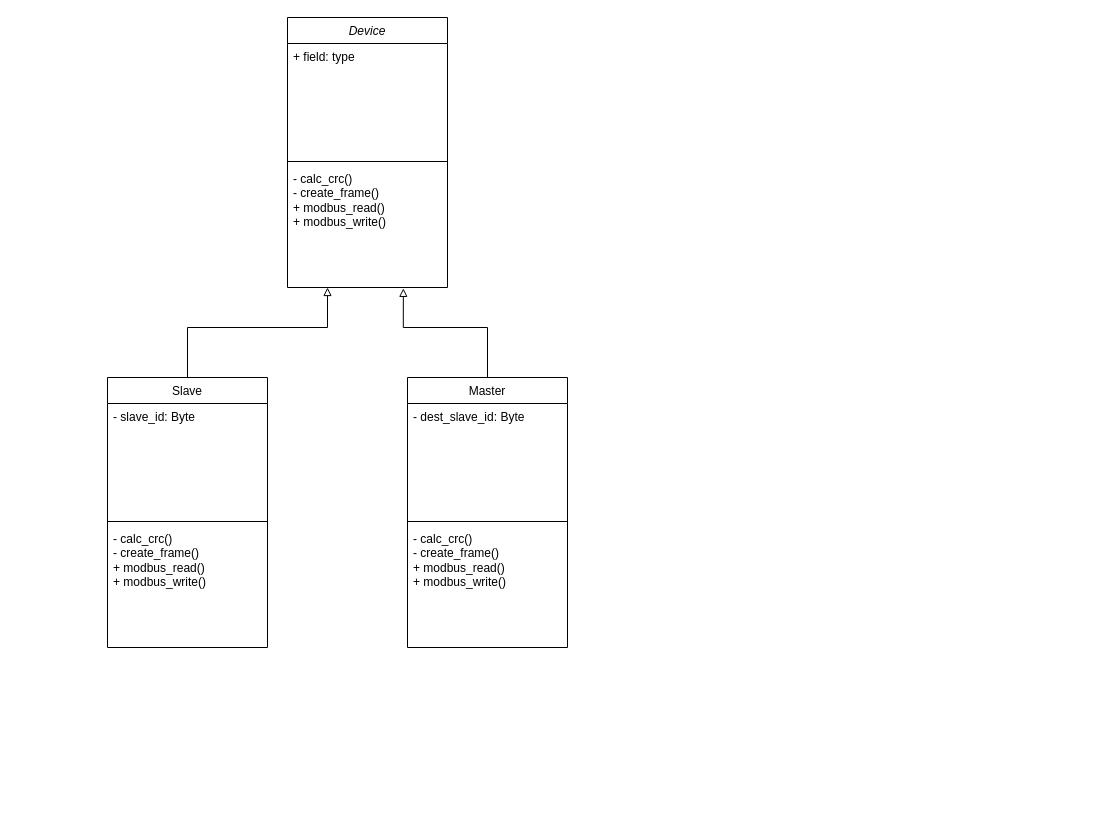
This is modbus_classdiagram.drawio from F-L-X-S/BusBricks, a draw.io file, before an edit. Source tidied: cells renumbered, new cells numbered last; positions are measured from the earlier drawing's top-left corner, leaving out a move shared by most shapes. Both pictures are drawn from the tidied source at 100%, with x=0, y=0 at pixel (107, 17).
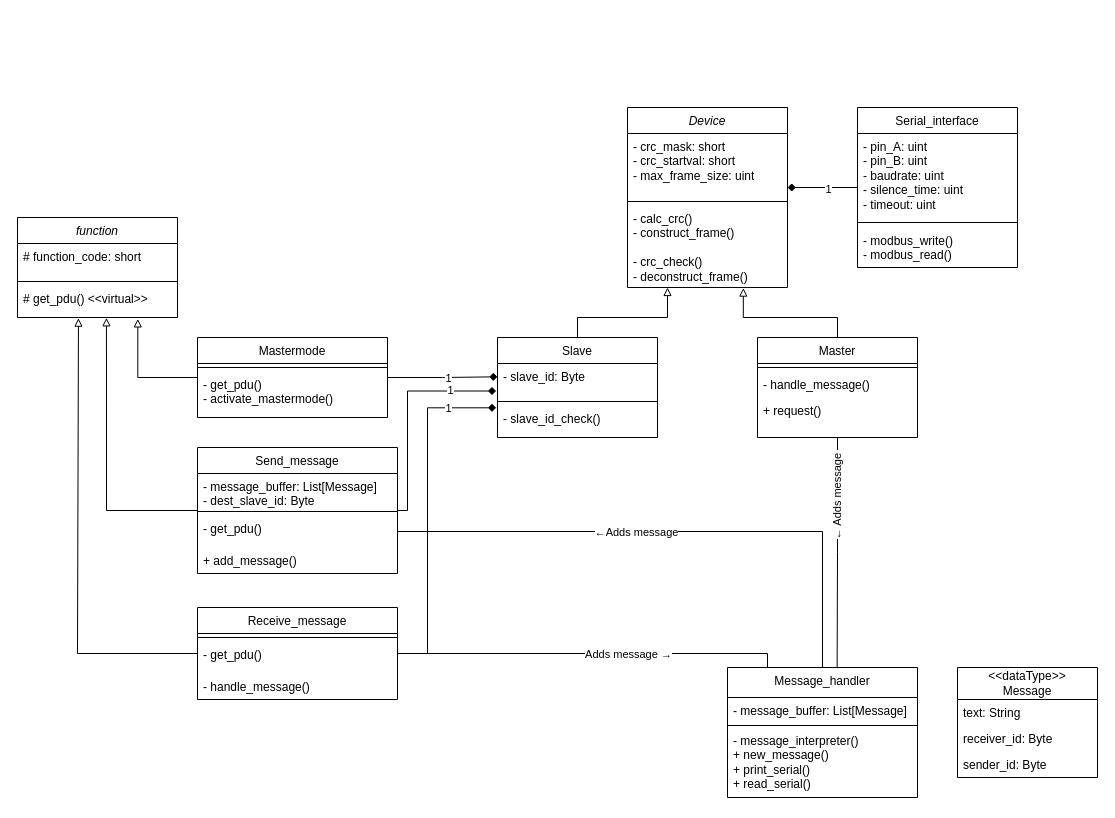
Above is the later version.

Change to the diagram source:
```diff
@@
-    <mxCell id="2" value="&lt;i style=&quot;font-weight: normal;&quot;&gt;Device&lt;/i&gt;" style="swimlane;fontStyle=1;align=center;verticalAlign=top;horizontal=1;startSize=26;whiteSpace=wrap;html=1;" parent="1" vertex="1">
-      <mxGeometry x="180" width="160" height="270" as="geometry" />
+    <mxCell id="2" value="&lt;span style=&quot;font-weight: normal;&quot;&gt;&lt;i&gt;Device&lt;/i&gt;&lt;/span&gt;" style="swimlane;fontStyle=1;align=center;verticalAlign=top;horizontal=1;startSize=26;whiteSpace=wrap;html=1;" parent="1" vertex="1">
+      <mxGeometry x="520" y="90" width="160" height="180" as="geometry" />
     </mxCell>
-    <mxCell id="3" value="+ field: type" style="text;strokeColor=none;fillColor=none;align=left;verticalAlign=top;spacingLeft=4;spacingRight=4;overflow=hidden;whiteSpace=wrap;html=1;" parent="2" vertex="1">
-      <mxGeometry y="26" width="160" height="114" as="geometry" />
+    <mxCell id="3" value="- crc_mask: short&lt;div&gt;- crc_startval: short&lt;/div&gt;&lt;div&gt;- max_frame_size: uint&lt;/div&gt;" style="text;strokeColor=none;fillColor=none;align=left;verticalAlign=top;spacingLeft=4;spacingRight=4;overflow=hidden;whiteSpace=wrap;html=1;" parent="2" vertex="1">
+      <mxGeometry y="26" width="160" height="64" as="geometry" />
     </mxCell>
     <mxCell id="4" style="line;strokeWidth=1;fillColor=none;align=left;verticalAlign=middle;spacingTop=-1;spacingLeft=3;spacingRight=3;labelPosition=right;strokeColor=inherit;" parent="2" vertex="1">
-      <mxGeometry y="140" width="160" height="8" as="geometry" />
+      <mxGeometry y="90" width="160" height="8" as="geometry" />
     </mxCell>
-    <mxCell id="5" value="- calc_crc()&lt;div&gt;- create_frame()&lt;br&gt;&lt;div&gt;+ modbus_read()&lt;/div&gt;&lt;div&gt;+ modbus_write()&lt;/div&gt;&lt;/div&gt;" style="text;strokeColor=none;fillColor=none;align=left;verticalAlign=top;spacingLeft=4;spacingRight=4;overflow=hidden;points=[[0,0.5],[1,0.5]];portConstraint=eastwest;whiteSpace=wrap;html=1;" parent="2" vertex="1">
-      <mxGeometry y="148" width="160" height="122" as="geometry" />
+    <mxCell id="5" value="- calc_crc()&lt;div&gt;- construct_frame()&lt;br&gt;&lt;/div&gt;&lt;div&gt;&lt;br&gt;&lt;/div&gt;&lt;div&gt;&lt;div&gt;- crc_check()&lt;/div&gt;&lt;div&gt;&lt;div&gt;- deconstruct_frame()&lt;/div&gt;&lt;/div&gt;&lt;/div&gt;" style="text;strokeColor=none;fillColor=none;align=left;verticalAlign=top;spacingLeft=4;spacingRight=4;overflow=hidden;points=[[0,0.5],[1,0.5]];portConstraint=eastwest;whiteSpace=wrap;html=1;" parent="2" vertex="1">
+      <mxGeometry y="98" width="160" height="82" as="geometry" />
     </mxCell>
-    <mxCell id="6" style="edgeStyle=orthogonalEdgeStyle;rounded=0;jettySize=auto;html=1;endArrow=block;endFill=0;entryX=0.25;entryY=1;entryDx=0;entryDy=0;exitX=0.5;exitY=0;exitDx=0;exitDy=0;" parent="1" edge="1" source="7" target="2">
+    <mxCell id="6" style="edgeStyle=orthogonalEdgeStyle;rounded=0;jettySize=auto;html=1;endArrow=block;endFill=0;entryX=0.25;entryY=1;entryDx=0;entryDy=0;exitX=0.5;exitY=0;exitDx=0;exitDy=0;startArrow=none;startFill=0;" parent="1" edge="1" source="7" target="2">
       <mxGeometry relative="1" as="geometry">
         <Array as="points">
-          <mxPoint x="80" y="310" />
-          <mxPoint x="220" y="310" />
+          <mxPoint x="470" y="300" />
+          <mxPoint x="560" y="300" />
         </Array>
       </mxGeometry>
     </mxCell>
     <mxCell id="7" value="&lt;span style=&quot;font-weight: normal;&quot;&gt;Slave&lt;/span&gt;" style="swimlane;fontStyle=1;align=center;verticalAlign=top;horizontal=1;startSize=26;whiteSpace=wrap;html=1;" parent="1" vertex="1">
-      <mxGeometry y="360" width="160" height="270" as="geometry" />
+      <mxGeometry x="390" y="320" width="160" height="100" as="geometry" />
     </mxCell>
     <mxCell id="8" value="- slave_id: Byte" style="text;strokeColor=none;fillColor=none;align=left;verticalAlign=top;spacingLeft=4;spacingRight=4;overflow=hidden;points=[[0,0.5],[1,0.5]];portConstraint=eastwest;whiteSpace=wrap;html=1;" parent="7" vertex="1">
-      <mxGeometry y="26" width="160" height="114" as="geometry" />
+      <mxGeometry y="26" width="160" height="34" as="geometry" />
     </mxCell>
     <mxCell id="9" style="line;strokeWidth=1;fillColor=none;align=left;verticalAlign=middle;spacingTop=-1;spacingLeft=3;spacingRight=3;labelPosition=right;strokeColor=inherit;" parent="7" vertex="1">
-      <mxGeometry y="140" width="160" height="8" as="geometry" />
+      <mxGeometry y="60" width="160" height="8" as="geometry" />
     </mxCell>
-    <mxCell id="10" value="- calc_crc()&lt;div&gt;- create_frame()&lt;br&gt;&lt;div&gt;+ modbus_read()&lt;/div&gt;&lt;div&gt;+ modbus_write()&lt;/div&gt;&lt;/div&gt;" style="text;strokeColor=none;fillColor=none;align=left;verticalAlign=top;spacingLeft=4;spacingRight=4;overflow=hidden;points=[[0,0.5],[1,0.5]];portConstraint=eastwest;whiteSpace=wrap;html=1;" parent="7" vertex="1">
-      <mxGeometry y="148" width="160" height="122" as="geometry" />
+    <mxCell id="10" value="- slave_id_check()&lt;div&gt;&lt;br&gt;&lt;/div&gt;&lt;div&gt;&lt;br&gt;&lt;/div&gt;" style="text;strokeColor=none;fillColor=none;align=left;verticalAlign=top;spacingLeft=4;spacingRight=4;overflow=hidden;points=[[0,0.5],[1,0.5]];portConstraint=eastwest;whiteSpace=wrap;html=1;" parent="7" vertex="1">
+      <mxGeometry y="68" width="160" height="32" as="geometry" />
     </mxCell>
-    <mxCell id="11" style="edgeStyle=orthogonalEdgeStyle;rounded=0;jettySize=auto;html=1;entryX=0.724;entryY=1.007;entryDx=0;entryDy=0;entryPerimeter=0;endArrow=block;endFill=0;" parent="1" edge="1" source="12" target="5">
+    <mxCell id="11" style="edgeStyle=orthogonalEdgeStyle;rounded=0;jettySize=auto;html=1;entryX=0.724;entryY=1.007;entryDx=0;entryDy=0;entryPerimeter=0;endArrow=block;endFill=0;startArrow=none;startFill=0;" parent="1" edge="1" source="12" target="5">
       <mxGeometry relative="1" as="geometry">
         <Array as="points">
-          <mxPoint x="380" y="310" />
-          <mxPoint x="296" y="310" />
+          <mxPoint x="730" y="300" />
+          <mxPoint x="636" y="300" />
         </Array>
       </mxGeometry>
     </mxCell>
     <mxCell id="12" value="&lt;span style=&quot;font-weight: normal;&quot;&gt;Master&lt;/span&gt;" style="swimlane;fontStyle=1;align=center;verticalAlign=top;horizontal=1;startSize=26;whiteSpace=wrap;html=1;" parent="1" vertex="1">
-      <mxGeometry x="300" y="360" width="160" height="270" as="geometry" />
+      <mxGeometry x="650" y="320" width="160" height="100" as="geometry" />
     </mxCell>
-    <mxCell id="13" value="- dest_slave_id: Byte" style="text;strokeColor=none;fillColor=none;align=left;verticalAlign=top;spacingLeft=4;spacingRight=4;overflow=hidden;whiteSpace=wrap;html=1;" parent="12" vertex="1">
-      <mxGeometry y="26" width="160" height="114" as="geometry" />
-    </mxCell>
     <mxCell id="14" style="line;strokeWidth=1;fillColor=none;align=left;verticalAlign=middle;spacingTop=-1;spacingLeft=3;spacingRight=3;labelPosition=right;strokeColor=inherit;" parent="12" vertex="1">
-      <mxGeometry y="140" width="160" height="8" as="geometry" />
+      <mxGeometry y="26" width="160" height="8" as="geometry" />
     </mxCell>
+    <mxCell id="16" value="- handle_message()" style="text;strokeColor=none;fillColor=none;align=left;verticalAlign=top;spacingLeft=4;spacingRight=4;overflow=hidden;whiteSpace=wrap;html=1;" parent="12" vertex="1">
+      <mxGeometry y="34" width="160" height="26" as="geometry" />
+    </mxCell>
-    <mxCell id="15" value="- calc_crc()&lt;div&gt;- create_frame()&lt;br&gt;&lt;div&gt;+ modbus_read()&lt;/div&gt;&lt;div&gt;+ modbus_write()&lt;/div&gt;&lt;/div&gt;" style="text;strokeColor=none;fillColor=none;align=left;verticalAlign=top;spacingLeft=4;spacingRight=4;overflow=hidden;whiteSpace=wrap;html=1;" parent="12" vertex="1">
-      <mxGeometry y="148" width="160" height="122" as="geometry" />
+    <mxCell id="15" value="+ request()" style="text;strokeColor=none;fillColor=none;align=left;verticalAlign=top;spacingLeft=4;spacingRight=4;overflow=hidden;whiteSpace=wrap;html=1;" parent="12" vertex="1">
+      <mxGeometry y="60" width="160" height="40" as="geometry" />
     </mxCell>
+    <mxCell id="17" style="edgeStyle=orthogonalEdgeStyle;rounded=0;jettySize=auto;html=1;endArrow=diamond;endFill=1;" parent="1" edge="1" source="19">
+      <mxGeometry relative="1" as="geometry">
+        <mxPoint x="680" y="170" as="targetPoint" />
+        <Array as="points">
+          <mxPoint x="680" y="170" />
+        </Array>
+      </mxGeometry>
+    </mxCell>
+    <mxCell id="18" value="1" style="edgeLabel;html=1;align=center;verticalAlign=middle;" parent="17" vertex="1">
+      <mxGeometry x="-0.13" y="1" relative="1" as="geometry" />
+    </mxCell>
+    <mxCell id="19" value="&lt;span style=&quot;font-weight: 400;&quot;&gt;Serial_interface&lt;/span&gt;" style="swimlane;fontStyle=1;align=center;verticalAlign=top;horizontal=1;startSize=26;whiteSpace=wrap;html=1;" parent="1" vertex="1">
+      <mxGeometry x="750" y="90" width="160" height="160" as="geometry" />
+    </mxCell>
+    <mxCell id="20" value="&lt;div&gt;- pin_A: uint&lt;/div&gt;&lt;div&gt;- pin_B: uint&lt;/div&gt;&lt;div&gt;- baudrate: uint&lt;/div&gt;&lt;div&gt;- silence_time: uint&lt;/div&gt;&lt;div&gt;- timeout: uint&lt;/div&gt;" style="text;strokeColor=none;fillColor=none;align=left;verticalAlign=top;spacingLeft=4;spacingRight=4;overflow=hidden;whiteSpace=wrap;html=1;" parent="19" vertex="1">
+      <mxGeometry y="26" width="160" height="84" as="geometry" />
+    </mxCell>
+    <mxCell id="21" style="line;strokeWidth=1;fillColor=none;align=left;verticalAlign=middle;spacingTop=-1;spacingLeft=3;spacingRight=3;labelPosition=right;strokeColor=inherit;" parent="19" vertex="1">
+      <mxGeometry y="110" width="160" height="10" as="geometry" />
+    </mxCell>
+    <mxCell id="22" value="- modbus_write()&lt;div&gt;- modbus_read()&lt;br&gt;&lt;/div&gt;" style="text;strokeColor=none;fillColor=none;align=left;verticalAlign=top;spacingLeft=4;spacingRight=4;overflow=hidden;whiteSpace=wrap;html=1;" parent="19" vertex="1">
+      <mxGeometry y="120" width="160" height="40" as="geometry" />
+    </mxCell>
+    <mxCell id="23" value="&lt;i style=&quot;font-weight: normal;&quot;&gt;function&lt;/i&gt;" style="swimlane;fontStyle=1;align=center;verticalAlign=top;horizontal=1;startSize=26;whiteSpace=wrap;html=1;" parent="1" vertex="1">
+      <mxGeometry x="-90" y="200" width="160" height="100" as="geometry" />
+    </mxCell>
+    <mxCell id="24" value="# function_code: short&amp;nbsp;" style="text;strokeColor=none;fillColor=none;align=left;verticalAlign=top;spacingLeft=4;spacingRight=4;overflow=hidden;whiteSpace=wrap;html=1;" parent="23" vertex="1">
+      <mxGeometry y="26" width="160" height="34" as="geometry" />
+    </mxCell>
+    <mxCell id="25" style="line;strokeWidth=1;fillColor=none;align=left;verticalAlign=middle;spacingTop=-1;spacingLeft=3;spacingRight=3;labelPosition=right;strokeColor=inherit;" parent="23" vertex="1">
+      <mxGeometry y="60" width="160" height="8" as="geometry" />
+    </mxCell>
+    <mxCell id="26" value="# get_pdu() &amp;lt;&amp;lt;virtual&amp;gt;&amp;gt;" style="text;strokeColor=none;fillColor=none;align=left;verticalAlign=top;spacingLeft=4;spacingRight=4;overflow=hidden;points=[[0,0.5],[1,0.5]];portConstraint=eastwest;whiteSpace=wrap;html=1;" parent="23" vertex="1">
+      <mxGeometry y="68" width="160" height="32" as="geometry" />
+    </mxCell>
+    <mxCell id="27" style="edgeStyle=orthogonalEdgeStyle;rounded=0;jettySize=auto;html=1;entryX=1;entryY=0.5;entryDx=0;entryDy=0;endArrow=none;endFill=0;" parent="1" edge="1" source="29" target="37">
+      <mxGeometry relative="1" as="geometry" />
+    </mxCell>
+    <mxCell id="28" value="←Adds message" style="edgeLabel;html=1;align=center;verticalAlign=middle;" parent="27" vertex="1">
+      <mxGeometry x="0.15" y="2" relative="1" as="geometry">
+        <mxPoint y="-2" as="offset" />
+      </mxGeometry>
+    </mxCell>
+    <mxCell id="29" value="&lt;span style=&quot;font-weight: normal;&quot;&gt;Message_handler&lt;/span&gt;" style="swimlane;fontStyle=1;align=center;verticalAlign=top;horizontal=1;startSize=30;whiteSpace=wrap;html=1;" parent="1" vertex="1">
+      <mxGeometry x="620" y="650" width="190" height="130" as="geometry" />
+    </mxCell>
+    <mxCell id="30" value="- message_buffer: List[Message]" style="text;strokeColor=none;fillColor=none;align=left;verticalAlign=top;spacingLeft=4;spacingRight=4;overflow=hidden;whiteSpace=wrap;html=1;" parent="29" vertex="1">
+      <mxGeometry y="30" width="190" height="26" as="geometry" />
+    </mxCell>
+    <mxCell id="31" style="line;strokeWidth=1;fillColor=none;align=left;verticalAlign=middle;spacingTop=-1;spacingLeft=3;spacingRight=3;labelPosition=right;strokeColor=inherit;" parent="29" vertex="1">
+      <mxGeometry y="56" width="190" height="4" as="geometry" />
+    </mxCell>
+    <mxCell id="32" value="&lt;div&gt;- message_interpreter()&lt;/div&gt;&lt;div&gt;+ new_message()&lt;/div&gt;+ print_serial()&lt;div&gt;+ read_serial()&lt;br&gt;&lt;div&gt;&lt;br&gt;&lt;/div&gt;&lt;/div&gt;" style="text;strokeColor=none;fillColor=none;align=left;verticalAlign=top;spacingLeft=4;spacingRight=4;overflow=hidden;whiteSpace=wrap;html=1;" parent="29" vertex="1">
+      <mxGeometry y="60" width="190" height="70" as="geometry" />
+    </mxCell>
+    <mxCell id="33" style="edgeStyle=orthogonalEdgeStyle;rounded=0;jettySize=auto;html=1;entryX=0.556;entryY=1.01;entryDx=0;entryDy=0;entryPerimeter=0;endArrow=block;endFill=0;" parent="1" edge="1" source="34" target="26">
+      <mxGeometry relative="1" as="geometry">
+        <Array as="points">
+          <mxPoint x="-1" y="493" />
+        </Array>
+      </mxGeometry>
+    </mxCell>
+    <mxCell id="34" value="&lt;span style=&quot;font-weight: normal;&quot;&gt;Send_message&lt;/span&gt;" style="swimlane;fontStyle=1;align=center;verticalAlign=top;horizontal=1;startSize=26;whiteSpace=wrap;html=1;" parent="1" vertex="1">
+      <mxGeometry x="90" y="430" width="200" height="126" as="geometry" />
+    </mxCell>
+    <mxCell id="35" value="- message_buffer: List[Message]&lt;div&gt;- dest_slave_id: Byte&lt;/div&gt;" style="text;strokeColor=none;fillColor=none;align=left;verticalAlign=top;spacingLeft=4;spacingRight=4;overflow=hidden;whiteSpace=wrap;html=1;" parent="34" vertex="1">
+      <mxGeometry y="26" width="200" height="34" as="geometry" />
+    </mxCell>
+    <mxCell id="36" style="line;strokeWidth=1;fillColor=none;align=left;verticalAlign=middle;spacingTop=-1;spacingLeft=3;spacingRight=3;labelPosition=right;strokeColor=inherit;" parent="34" vertex="1">
+      <mxGeometry y="60" width="200" height="8" as="geometry" />
+    </mxCell>
+    <mxCell id="37" value="- get_pdu()&amp;nbsp;&lt;div&gt;&lt;br&gt;&lt;/div&gt;" style="text;strokeColor=none;fillColor=none;align=left;verticalAlign=top;spacingLeft=4;spacingRight=4;overflow=hidden;points=[[0,0.5],[1,0.5]];portConstraint=eastwest;whiteSpace=wrap;html=1;" parent="34" vertex="1">
+      <mxGeometry y="68" width="200" height="32" as="geometry" />
+    </mxCell>
+    <mxCell id="38" value="+ add_message()" style="text;strokeColor=none;fillColor=none;align=left;verticalAlign=top;spacingLeft=4;spacingRight=4;overflow=hidden;whiteSpace=wrap;html=1;" parent="34" vertex="1">
+      <mxGeometry y="100" width="200" height="26" as="geometry" />
+    </mxCell>
+    <mxCell id="39" style="edgeStyle=orthogonalEdgeStyle;rounded=0;jettySize=auto;html=1;entryX=0.752;entryY=1.044;entryDx=0;entryDy=0;entryPerimeter=0;endArrow=block;endFill=0;" parent="1" edge="1" source="40" target="26">
+      <mxGeometry relative="1" as="geometry">
+        <Array as="points">
+          <mxPoint x="30" y="360" />
+        </Array>
+      </mxGeometry>
+    </mxCell>
+    <mxCell id="40" value="&lt;span style=&quot;font-weight: 400;&quot;&gt;Mastermode&lt;/span&gt;" style="swimlane;fontStyle=1;align=center;verticalAlign=top;horizontal=1;startSize=26;whiteSpace=wrap;html=1;" parent="1" vertex="1">
+      <mxGeometry x="90" y="320" width="190" height="80" as="geometry" />
+    </mxCell>
+    <mxCell id="41" style="line;strokeWidth=1;fillColor=none;align=left;verticalAlign=middle;spacingTop=-1;spacingLeft=3;spacingRight=3;labelPosition=right;strokeColor=inherit;" parent="40" vertex="1">
+      <mxGeometry y="26" width="190" height="8" as="geometry" />
+    </mxCell>
+    <mxCell id="42" value="- get_pdu()&amp;nbsp;&lt;div&gt;- activate_mastermode()&lt;/div&gt;" style="text;strokeColor=none;fillColor=none;align=left;verticalAlign=top;spacingLeft=4;spacingRight=4;overflow=hidden;whiteSpace=wrap;html=1;" parent="40" vertex="1">
+      <mxGeometry y="34" width="190" height="46" as="geometry" />
+    </mxCell>
+    <mxCell id="43" value="&lt;span style=&quot;font-weight: normal;&quot;&gt;Receive_message&lt;/span&gt;" style="swimlane;fontStyle=1;align=center;verticalAlign=top;horizontal=1;startSize=26;whiteSpace=wrap;html=1;" parent="1" vertex="1">
+      <mxGeometry x="90" y="590" width="200" height="92" as="geometry" />
+    </mxCell>
+    <mxCell id="44" style="line;strokeWidth=1;fillColor=none;align=left;verticalAlign=middle;spacingTop=-1;spacingLeft=3;spacingRight=3;labelPosition=right;strokeColor=inherit;" parent="43" vertex="1">
+      <mxGeometry y="26" width="200" height="8" as="geometry" />
+    </mxCell>
+    <mxCell id="45" value="- get_pdu()&amp;nbsp;&lt;div&gt;&lt;br&gt;&lt;/div&gt;" style="text;strokeColor=none;fillColor=none;align=left;verticalAlign=top;spacingLeft=4;spacingRight=4;overflow=hidden;whiteSpace=wrap;html=1;" parent="43" vertex="1">
+      <mxGeometry y="34" width="200" height="32" as="geometry" />
+    </mxCell>
+    <mxCell id="46" value="- handle_message()" style="text;strokeColor=none;fillColor=none;align=left;verticalAlign=top;spacingLeft=4;spacingRight=4;overflow=hidden;whiteSpace=wrap;html=1;" parent="43" vertex="1">
+      <mxGeometry y="66" width="200" height="26" as="geometry" />
+    </mxCell>
+    <mxCell id="47" style="edgeStyle=orthogonalEdgeStyle;rounded=0;jettySize=auto;html=1;entryX=0.381;entryY=1.021;entryDx=0;entryDy=0;entryPerimeter=0;endArrow=block;endFill=0;" parent="1" edge="1" source="43" target="26">
+      <mxGeometry relative="1" as="geometry">
+        <Array as="points">
+          <mxPoint x="-30" y="636" />
+          <mxPoint x="-30" y="301" />
+        </Array>
+      </mxGeometry>
+    </mxCell>
+    <mxCell id="48" style="edgeStyle=orthogonalEdgeStyle;rounded=0;jettySize=auto;html=1;entryX=0;entryY=0.392;entryDx=0;entryDy=0;entryPerimeter=0;endArrow=diamond;endFill=1;" parent="1" edge="1" source="40" target="8">
+      <mxGeometry relative="1" as="geometry" />
+    </mxCell>
+    <mxCell id="49" value="1" style="edgeLabel;html=1;align=center;verticalAlign=middle;" parent="48" vertex="1">
+      <mxGeometry x="0.41" relative="1" as="geometry">
+        <mxPoint x="-17" y="1" as="offset" />
+      </mxGeometry>
+    </mxCell>
+    <mxCell id="50" style="edgeStyle=orthogonalEdgeStyle;rounded=0;jettySize=auto;html=1;entryX=-0.008;entryY=0.809;entryDx=0;entryDy=0;entryPerimeter=0;endArrow=diamond;endFill=1;" parent="1" edge="1" source="34" target="8">
+      <mxGeometry relative="1" as="geometry">
+        <Array as="points">
+          <mxPoint x="300" y="493" />
+          <mxPoint x="300" y="373" />
+        </Array>
+      </mxGeometry>
+    </mxCell>
+    <mxCell id="51" value="1" style="edgeLabel;html=1;align=center;verticalAlign=middle;" parent="50" vertex="1">
+      <mxGeometry x="0.72" relative="1" as="geometry">
+        <mxPoint x="-16" y="-1" as="offset" />
+      </mxGeometry>
+    </mxCell>
+    <mxCell id="52" style="edgeStyle=orthogonalEdgeStyle;rounded=0;jettySize=auto;html=1;entryX=-0.008;entryY=0.072;entryDx=0;entryDy=0;entryPerimeter=0;endArrow=diamond;endFill=1;" parent="1" edge="1" source="43" target="10">
+      <mxGeometry relative="1" as="geometry">
+        <Array as="points">
+          <mxPoint x="320" y="636" />
+          <mxPoint x="320" y="390" />
+          <mxPoint x="389" y="390" />
+        </Array>
+      </mxGeometry>
+    </mxCell>
+    <mxCell id="53" value="1" style="edgeLabel;html=1;align=center;verticalAlign=middle;" parent="52" vertex="1">
+      <mxGeometry x="0.82" relative="1" as="geometry">
+        <mxPoint x="-17" as="offset" />
+      </mxGeometry>
+    </mxCell>
+    <mxCell id="54" style="edgeStyle=orthogonalEdgeStyle;rounded=0;jettySize=auto;html=1;endArrow=none;endFill=0;" parent="1" edge="1" source="43">
+      <mxGeometry relative="1" as="geometry">
+        <mxPoint x="660" y="650" as="targetPoint" />
+        <Array as="points">
+          <mxPoint x="660" y="636" />
+          <mxPoint x="660" y="650" />
+          <mxPoint x="658" y="650" />
+        </Array>
+      </mxGeometry>
+    </mxCell>
+    <mxCell id="55" value="Adds message →" style="edgeLabel;html=1;align=center;verticalAlign=middle;" parent="54" vertex="1">
+      <mxGeometry x="-0.09" y="-3" relative="1" as="geometry">
+        <mxPoint x="53" y="-3" as="offset" />
+      </mxGeometry>
+    </mxCell>
+    <mxCell id="56" style="edgeStyle=orthogonalEdgeStyle;rounded=0;jettySize=auto;html=1;entryX=0.577;entryY=0.005;entryDx=0;entryDy=0;entryPerimeter=0;endArrow=none;endFill=0;" parent="1" edge="1" source="12" target="29">
+      <mxGeometry relative="1" as="geometry" />
+    </mxCell>
+    <mxCell id="57" value="← Adds message&amp;nbsp;" style="edgeLabel;html=1;align=center;verticalAlign=middle;rotation=270;" parent="1" vertex="1">
+      <mxGeometry x="740" y="480" as="geometry">
+        <mxPoint x="1" y="-11" as="offset" />
+      </mxGeometry>
+    </mxCell>
+    <mxCell id="58" value="&amp;lt;&amp;lt;dataType&amp;gt;&amp;gt;&lt;div&gt;Message&lt;/div&gt;" style="swimlane;fontStyle=0;horizontal=1;startSize=32;fillColor=none;whiteSpace=wrap;html=1;" parent="1" vertex="1">
+      <mxGeometry x="850" y="650" width="140" height="110" as="geometry" />
+    </mxCell>
+    <mxCell id="59" value="text: String&amp;nbsp;" style="text;strokeColor=none;fillColor=none;align=left;verticalAlign=top;spacingLeft=4;spacingRight=4;overflow=hidden;whiteSpace=wrap;html=1;" parent="58" vertex="1">
+      <mxGeometry y="32" width="140" height="26" as="geometry" />
+    </mxCell>
+    <mxCell id="60" value="receiver_id: Byte" style="text;strokeColor=none;fillColor=none;align=left;verticalAlign=top;spacingLeft=4;spacingRight=4;overflow=hidden;whiteSpace=wrap;html=1;" parent="58" vertex="1">
+      <mxGeometry y="58" width="140" height="26" as="geometry" />
+    </mxCell>
+    <mxCell id="61" value="sender_id: Byte" style="text;strokeColor=none;fillColor=none;align=left;verticalAlign=top;spacingLeft=4;spacingRight=4;overflow=hidden;whiteSpace=wrap;html=1;" parent="58" vertex="1">
+      <mxGeometry y="84" width="140" height="26" as="geometry" />
+    </mxCell>
```
